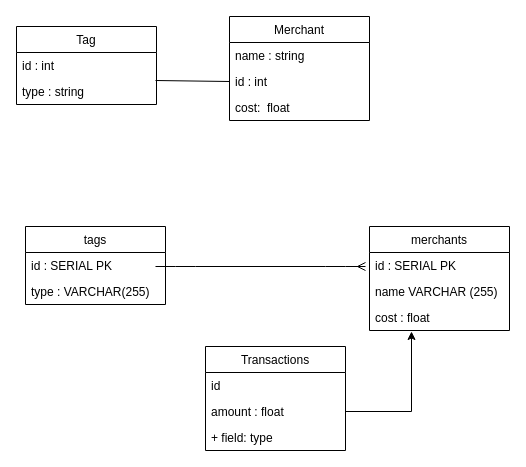
Before: Tour Spend Tracker.drawio in lushpurr/project1_spend_tracker, a draw.io diagram. Source tidied: cells renumbered, new cells numbered last; positions are measured from the earlier drawing's top-left corner, leaving out a move shared by most shapes. Both pictures are drawn from the tidied source at 100%, with x=0, y=0 at pixel (16, 16).
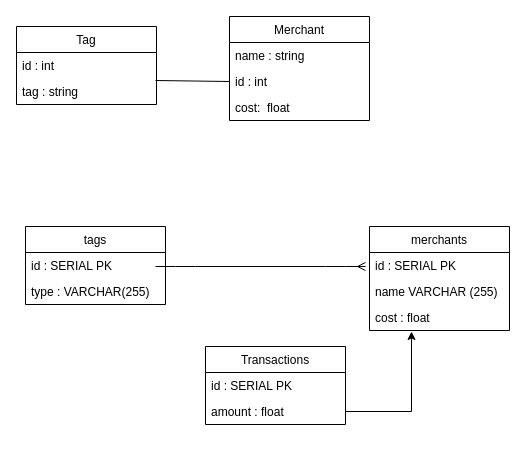
Above is the later version.

Unchanged cells that the change refers to:
```xml
<mxCell id="7" value="Tag" style="swimlane;fontStyle=0;horizontal=1;startSize=26;fillColor=none;" parent="1" vertex="1">
  <mxGeometry y="10" width="140" height="78" as="geometry" />
</mxCell>
```

What changed in the source:
```diff
@@
-    <mxCell id="9" value="type : string" style="text;strokeColor=none;fillColor=none;align=left;verticalAlign=top;spacingLeft=4;spacingRight=4;overflow=hidden;" parent="7" vertex="1">
+    <mxCell id="9" value="tag : string" style="text;strokeColor=none;fillColor=none;align=left;verticalAlign=top;spacingLeft=4;spacingRight=4;overflow=hidden;" parent="7" vertex="1">
       <mxGeometry y="52" width="140" height="26" as="geometry" />
     </mxCell>
@@
     <mxCell id="18" value="Transactions" style="swimlane;fontStyle=0;horizontal=1;startSize=26;fillColor=none;" parent="1" vertex="1">
-      <mxGeometry x="189" y="330" width="140" height="104" as="geometry" />
+      <mxGeometry x="189" y="330" width="140" height="78" as="geometry" />
     </mxCell>
-    <mxCell id="19" value="id" style="text;strokeColor=none;fillColor=none;align=left;verticalAlign=top;spacingLeft=4;spacingRight=4;overflow=hidden;" parent="18" vertex="1">
+    <mxCell id="19" value="id : SERIAL PK" style="text;strokeColor=none;fillColor=none;align=left;verticalAlign=top;spacingLeft=4;spacingRight=4;overflow=hidden;" parent="18" vertex="1">
       <mxGeometry y="26" width="140" height="26" as="geometry" />
     </mxCell>
@@
-    <mxCell id="21" value="+ field: type" style="text;strokeColor=none;fillColor=none;align=left;verticalAlign=top;spacingLeft=4;spacingRight=4;overflow=hidden;" parent="18" vertex="1">
-      <mxGeometry y="78" width="140" height="26" as="geometry" />
-    </mxCell>
```
